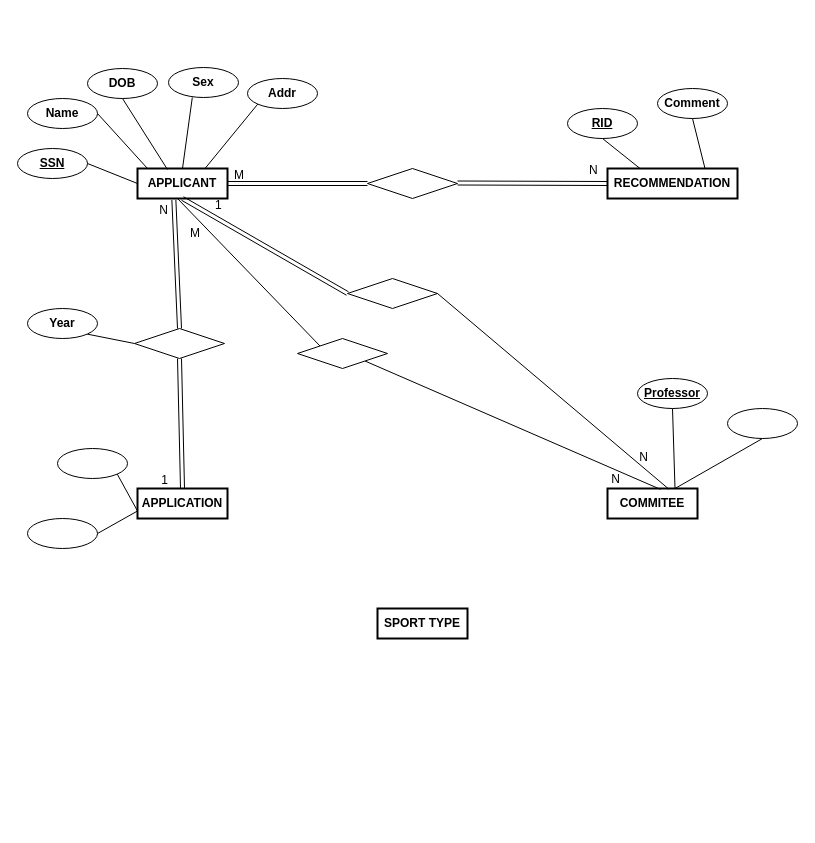
kieuvantuyen01/testGit keeps this draw.io diagram as Test1.drawio. Above is the earlier version. Source tidied: cells renumbered, new cells numbered last; positions are measured from the earlier drawing's top-left corner, leaving out a move shared by most shapes. Both pictures are drawn from the tidied source at 100%, with x=0, y=0 at pixel (17, 67).
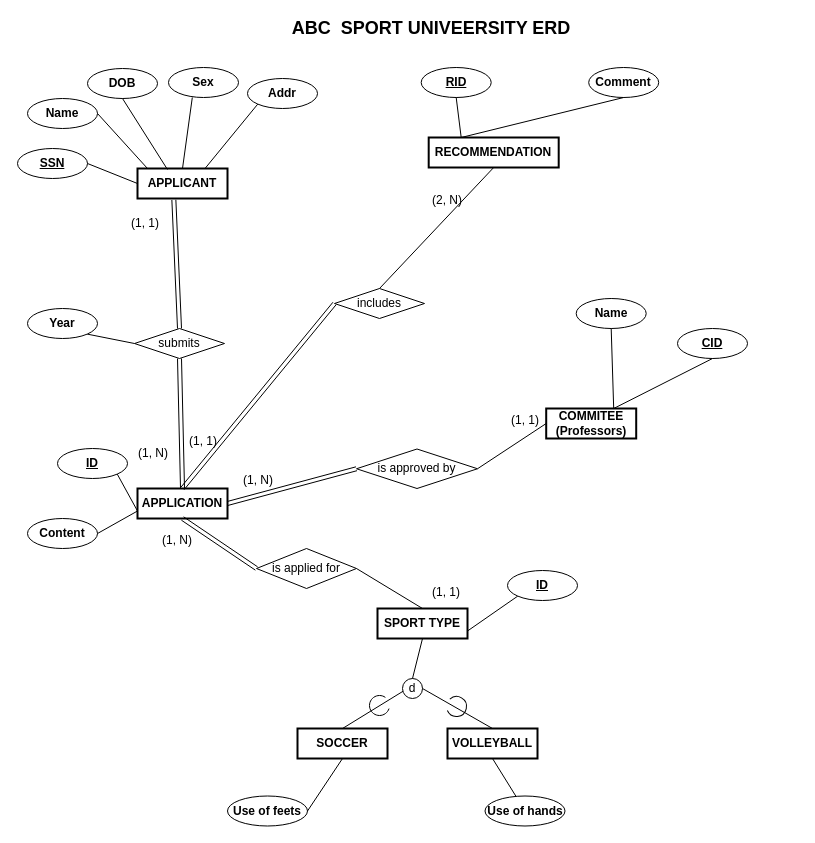
After the change.

Unchanged cells that the change refers to:
```xml
<mxCell id="2" value="APPLICANT" style="whiteSpace=wrap;html=1;align=center;fontStyle=1;strokeWidth=2;" parent="1" vertex="1">
  <mxGeometry x="120" y="101" width="90" height="30" as="geometry" />
</mxCell>
<mxCell id="3" value="APPLICATION" style="whiteSpace=wrap;html=1;align=center;fontStyle=1;strokeWidth=2;" parent="1" vertex="1">
  <mxGeometry x="120" y="421" width="90" height="30" as="geometry" />
</mxCell>
<mxCell id="36" style="shape=link;html=1;rounded=0;exitX=0.5;exitY=0;exitDx=0;exitDy=0;entryX=0.404;entryY=1.047;entryDx=0;entryDy=0;entryPerimeter=0;" parent="1" edge="1" source="35" target="2">
  <mxGeometry relative="1" as="geometry" />
</mxCell>
<mxCell id="46" style="shape=link;html=1;rounded=0;exitX=0.5;exitY=0;exitDx=0;exitDy=0;entryX=0.5;entryY=1;entryDx=0;entryDy=0;" parent="1" edge="1" source="3" target="35">
  <mxGeometry relative="1" as="geometry" />
</mxCell>
<mxCell id="48" value="SPORT TYPE" style="whiteSpace=wrap;html=1;align=center;fontStyle=1;strokeWidth=2;" parent="1" vertex="1">
  <mxGeometry x="360" y="541" width="90" height="30" as="geometry" />
</mxCell>
```

Diff of the diagram source:
```diff
@@
-    <mxCell id="4" value="COMMITEE" style="whiteSpace=wrap;html=1;align=center;fontStyle=1;strokeWidth=2;" parent="1" vertex="1">
-      <mxGeometry x="590" y="421" width="90" height="30" as="geometry" />
+    <mxCell id="4" value="COMMITEE&lt;br&gt;(&lt;span&gt;Professors)&lt;/span&gt;" style="whiteSpace=wrap;html=1;align=center;fontStyle=1;strokeWidth=2;" parent="1" vertex="1">
+      <mxGeometry x="528.7" y="341" width="90" height="30" as="geometry" />
     </mxCell>
     <mxCell id="5" value="RECOMMENDATION" style="whiteSpace=wrap;html=1;align=center;fontStyle=1;strokeWidth=2;" parent="1" vertex="1">
-      <mxGeometry x="590" y="101" width="130" height="30" as="geometry" />
+      <mxGeometry x="411.2" y="70" width="130" height="30" as="geometry" />
     </mxCell>
@@
     <mxCell id="10" value="RID" style="ellipse;whiteSpace=wrap;html=1;align=center;fontStyle=5;" parent="1" vertex="1">
-      <mxGeometry x="550" y="41" width="70" height="30" as="geometry" />
+      <mxGeometry x="403.7" width="70" height="30" as="geometry" />
     </mxCell>
     <mxCell id="11" value="Comment" style="ellipse;whiteSpace=wrap;html=1;align=center;fontStyle=1;" parent="1" vertex="1">
-      <mxGeometry x="640" y="21" width="70" height="30" as="geometry" />
+      <mxGeometry x="571.2" width="70" height="30" as="geometry" />
     </mxCell>
-    <mxCell id="12" value="Professor" style="ellipse;whiteSpace=wrap;html=1;align=center;fontStyle=5;" parent="1" vertex="1">
-      <mxGeometry x="620" y="311" width="70" height="30" as="geometry" />
+    <mxCell id="12" value="Name" style="ellipse;whiteSpace=wrap;html=1;align=center;fontStyle=1;" parent="1" vertex="1">
+      <mxGeometry x="558.7" y="231" width="70" height="30" as="geometry" />
     </mxCell>
-    <mxCell id="13" style="ellipse;whiteSpace=wrap;html=1;align=center;fontStyle=5;" parent="1" vertex="1">
-      <mxGeometry x="710" y="341" width="70" height="30" as="geometry" />
+    <mxCell id="13" value="CID" style="ellipse;whiteSpace=wrap;html=1;align=center;fontStyle=5;" parent="1" vertex="1">
+      <mxGeometry x="660" y="261" width="70" height="30" as="geometry" />
     </mxCell>
-    <mxCell id="14" style="ellipse;whiteSpace=wrap;html=1;align=center;fontStyle=5;" parent="1" vertex="1">
+    <mxCell id="14" value="ID" style="ellipse;whiteSpace=wrap;html=1;align=center;fontStyle=5;" parent="1" vertex="1">
       <mxGeometry x="40" y="381" width="70" height="30" as="geometry" />
     </mxCell>
-    <mxCell id="15" style="ellipse;whiteSpace=wrap;html=1;align=center;fontStyle=5;" parent="1" vertex="1">
+    <mxCell id="15" value="Content" style="ellipse;whiteSpace=wrap;html=1;align=center;fontStyle=1;" parent="1" vertex="1">
       <mxGeometry x="10" y="451" width="70" height="30" as="geometry" />
     </mxCell>
-    <mxCell id="16" style="shape=rhombus;perimeter=rhombusPerimeter;whiteSpace=wrap;html=1;align=center;" parent="1" vertex="1">
-      <mxGeometry x="350" y="101" width="90" height="30" as="geometry" />
+    <mxCell id="16" value="is applied for" style="shape=rhombus;perimeter=rhombusPerimeter;whiteSpace=wrap;html=1;align=center;" parent="1" vertex="1">
+      <mxGeometry x="239" y="481" width="100" height="40" as="geometry" />
     </mxCell>
-    <mxCell id="17" style="shape=rhombus;perimeter=rhombusPerimeter;whiteSpace=wrap;html=1;align=center;" parent="1" vertex="1">
-      <mxGeometry x="330" y="211" width="90" height="30" as="geometry" />
+    <mxCell id="17" value="includes" style="shape=rhombus;perimeter=rhombusPerimeter;whiteSpace=wrap;html=1;align=center;" parent="1" vertex="1">
+      <mxGeometry x="317" y="221" width="90" height="30" as="geometry" />
     </mxCell>
@@
-    <mxCell id="24" style="endArrow=none;html=1;rounded=0;exitX=0.5;exitY=1;exitDx=0;exitDy=0;entryX=0.75;entryY=0;entryDx=0;entryDy=0;" parent="1" edge="1" source="11" target="5">
+    <mxCell id="24" style="endArrow=none;html=1;rounded=0;exitX=0.5;exitY=1;exitDx=0;exitDy=0;entryX=0.25;entryY=0;entryDx=0;entryDy=0;" parent="1" edge="1" source="11" target="5">
       <mxGeometry relative="1" as="geometry" />
     </mxCell>
-    <mxCell id="25" style="shape=link;html=1;rounded=0;exitX=1;exitY=0.5;exitDx=0;exitDy=0;entryX=0;entryY=0.5;entryDx=0;entryDy=0;" parent="1" edge="1" source="2" target="16">
+    <mxCell id="25" style="shape=link;html=1;rounded=0;exitX=0.5;exitY=1;exitDx=0;exitDy=0;entryX=0;entryY=0.5;entryDx=0;entryDy=0;" parent="1" edge="1" source="3" target="16">
       <mxGeometry relative="1" as="geometry" />
     </mxCell>
-    <mxCell id="26" value="M" style="html=1;align=left;verticalAlign=bottom;" parent="25" vertex="1">
-      <mxGeometry x="-1" relative="1" as="geometry">
-        <mxPoint x="5" as="offset" />
-      </mxGeometry>
-    </mxCell>
-    <mxCell id="27" style="shape=link;html=1;rounded=0;exitX=0.5;exitY=1;exitDx=0;exitDy=0;entryX=0;entryY=0.5;entryDx=0;entryDy=0;" parent="1" edge="1" source="2" target="17">
+    <mxCell id="27" style="shape=link;html=1;rounded=0;exitX=0.5;exitY=0;exitDx=0;exitDy=0;entryX=0;entryY=0.5;entryDx=0;entryDy=0;" parent="1" edge="1" source="3" target="17">
       <mxGeometry relative="1" as="geometry" />
     </mxCell>
-    <mxCell id="28" value="1" style="html=1;align=left;verticalAlign=bottom;" parent="27" vertex="1">
-      <mxGeometry x="-1" relative="1" as="geometry">
-        <mxPoint x="31" y="15" as="offset" />
-      </mxGeometry>
-    </mxCell>
-    <mxCell id="29" style="endArrow=none;html=1;rounded=0;exitX=1;exitY=0.5;exitDx=0;exitDy=0;entryX=0.684;entryY=0.027;entryDx=0;entryDy=0;entryPerimeter=0;" parent="1" edge="1" source="17" target="4">
+    <mxCell id="29" style="endArrow=none;html=1;rounded=0;exitX=0.5;exitY=0;exitDx=0;exitDy=0;entryX=0.5;entryY=1;entryDx=0;entryDy=0;" parent="1" edge="1" source="17" target="5">
       <mxGeometry relative="1" as="geometry" />
     </mxCell>
-    <mxCell id="30" value="N" style="html=1;align=right;verticalAlign=bottom;" parent="29" vertex="1">
-      <mxGeometry x="1" relative="1" as="geometry">
-        <mxPoint x="-20.2" y="-23.2" as="offset" />
-      </mxGeometry>
-    </mxCell>
@@
-    <mxCell id="35" style="shape=rhombus;perimeter=rhombusPerimeter;whiteSpace=wrap;html=1;align=center;" parent="1" vertex="1">
+    <mxCell id="35" value="submits" style="shape=rhombus;perimeter=rhombusPerimeter;whiteSpace=wrap;html=1;align=center;" parent="1" vertex="1">
       <mxGeometry x="117" y="261" width="90" height="30" as="geometry" />
     </mxCell>
@@
-    <mxCell id="37" value="N" style="html=1;align=right;verticalAlign=bottom;" parent="36" vertex="1">
-      <mxGeometry x="1" relative="1" as="geometry">
-        <mxPoint x="-5.3" y="18.7" as="offset" />
-      </mxGeometry>
-    </mxCell>
-    <mxCell id="38" style="endArrow=none;html=1;rounded=0;entryX=0.587;entryY=0.027;entryDx=0;entryDy=0;exitX=1;exitY=1;exitDx=0;exitDy=0;entryPerimeter=0;" parent="1" edge="1" source="40" target="4">
+    <mxCell id="38" style="endArrow=none;html=1;rounded=0;entryX=0;entryY=0.5;entryDx=0;entryDy=0;exitX=1;exitY=0.5;exitDx=0;exitDy=0;" parent="1" edge="1" source="40" target="4">
       <mxGeometry relative="1" as="geometry" />
     </mxCell>
@@
-    <mxCell id="40" style="shape=rhombus;perimeter=rhombusPerimeter;whiteSpace=wrap;html=1;align=center;" parent="1" vertex="1">
-      <mxGeometry x="280" y="271" width="90" height="30" as="geometry" />
+    <mxCell id="40" value="is approved by" style="shape=rhombus;perimeter=rhombusPerimeter;whiteSpace=wrap;html=1;align=center;" parent="1" vertex="1">
+      <mxGeometry x="339" y="381.5" width="121" height="39.5" as="geometry" />
     </mxCell>
-    <mxCell id="41" style="endArrow=none;html=1;rounded=0;entryX=0;entryY=0;entryDx=0;entryDy=0;" parent="1" edge="1" target="40">
-      <mxGeometry relative="1" as="geometry">
-        <mxPoint x="160" y="131" as="sourcePoint" />
-      </mxGeometry>
-    </mxCell>
-    <mxCell id="42" value="M" style="html=1;align=right;verticalAlign=bottom;" parent="41" vertex="1">
-      <mxGeometry x="1" relative="1" as="geometry">
-        <mxPoint x="-119.4" y="-104.4" as="offset" />
-      </mxGeometry>
-    </mxCell>
-    <mxCell id="43" style="shape=link;html=1;rounded=0;exitX=1;exitY=0.5;exitDx=0;exitDy=0;entryX=0;entryY=0.5;entryDx=0;entryDy=0;" parent="1" edge="1" target="5">
-      <mxGeometry relative="1" as="geometry">
-        <mxPoint x="440" y="115.5" as="sourcePoint" />
-      </mxGeometry>
-    </mxCell>
-    <mxCell id="44" value="N" style="html=1;align=left;verticalAlign=bottom;" parent="43" vertex="1">
-      <mxGeometry x="-1" relative="1" as="geometry">
-        <mxPoint x="130" y="-4.5" as="offset" />
-      </mxGeometry>
-    </mxCell>
-    <mxCell id="45" value="N" style="html=1;align=right;verticalAlign=bottom;" parent="1" vertex="1">
-      <mxGeometry x="641.2" y="411.5" as="geometry">
-        <mxPoint x="-38" y="8" as="offset" />
-      </mxGeometry>
-    </mxCell>
@@
-    <mxCell id="47" value="1" style="html=1;align=right;verticalAlign=bottom;" parent="46" vertex="1">
-      <mxGeometry x="1" relative="1" as="geometry">
-        <mxPoint x="-11" y="130" as="offset" />
-      </mxGeometry>
-    </mxCell>
@@
+    <mxCell id="52" value="SOCCER" style="whiteSpace=wrap;html=1;align=center;fontStyle=1;strokeWidth=2;" parent="1" vertex="1">
+      <mxGeometry x="280" y="661" width="90" height="30" as="geometry" />
+    </mxCell>
+    <mxCell id="53" value="VOLLEYBALL" style="whiteSpace=wrap;html=1;align=center;fontStyle=1;strokeWidth=2;" parent="1" vertex="1">
+      <mxGeometry x="430" y="661" width="90" height="30" as="geometry" />
+    </mxCell>
+    <mxCell id="54" style="endArrow=none;html=1;rounded=0;entryX=0.5;entryY=0;entryDx=0;entryDy=0;" parent="1" edge="1" target="52">
+      <mxGeometry relative="1" as="geometry">
+        <mxPoint x="390" y="621" as="sourcePoint" />
+      </mxGeometry>
+    </mxCell>
+    <mxCell id="55" value="d" style="ellipse;whiteSpace=wrap;html=1;" parent="1" vertex="1">
+      <mxGeometry x="385" y="611" width="20" height="20" as="geometry" />
+    </mxCell>
+    <mxCell id="56" style="endArrow=none;html=1;rounded=0;entryX=0.5;entryY=0;entryDx=0;entryDy=0;exitX=1;exitY=0.5;exitDx=0;exitDy=0;" parent="1" edge="1" source="55" target="53">
+      <mxGeometry relative="1" as="geometry" />
+    </mxCell>
+    <mxCell id="57" style="endArrow=none;html=1;rounded=0;entryX=0.5;entryY=0;entryDx=0;entryDy=0;exitX=0.5;exitY=1;exitDx=0;exitDy=0;" parent="1" edge="1" source="48" target="55">
+      <mxGeometry relative="1" as="geometry" />
+    </mxCell>
+    <mxCell id="58" style="verticalLabelPosition=bottom;verticalAlign=top;html=1;shape=mxgraph.basic.arc;startAngle=0.3;endAngle=0.1;" parent="1" vertex="1">
+      <mxGeometry x="352" y="628" width="20" height="20" as="geometry" />
+    </mxCell>
+    <mxCell id="59" style="verticalLabelPosition=bottom;verticalAlign=top;html=1;shape=mxgraph.basic.arc;startAngle=0.3;endAngle=0.1;rotation=-150;" parent="1" vertex="1">
+      <mxGeometry x="429" y="629" width="20" height="20" as="geometry" />
+    </mxCell>
+    <mxCell id="60" style="endArrow=none;html=1;rounded=0;exitX=0;exitY=1;exitDx=0;exitDy=0;entryX=1;entryY=0.75;entryDx=0;entryDy=0;" parent="1" edge="1" source="61" target="48">
+      <mxGeometry relative="1" as="geometry" />
+    </mxCell>
+    <mxCell id="61" value="ID" style="ellipse;whiteSpace=wrap;html=1;align=center;fontStyle=5;" parent="1" vertex="1">
+      <mxGeometry x="490" y="503" width="70" height="30" as="geometry" />
+    </mxCell>
+    <mxCell id="62" style="endArrow=none;html=1;rounded=0;exitX=1;exitY=0.5;exitDx=0;exitDy=0;entryX=0.5;entryY=1;entryDx=0;entryDy=0;" parent="1" edge="1" source="63" target="52">
+      <mxGeometry relative="1" as="geometry" />
+    </mxCell>
+    <mxCell id="63" value="Use of feets" style="ellipse;whiteSpace=wrap;html=1;align=center;fontStyle=1;" parent="1" vertex="1">
+      <mxGeometry x="210" y="728.5" width="80" height="30" as="geometry" />
+    </mxCell>
+    <mxCell id="64" style="endArrow=none;html=1;rounded=0;entryX=0.5;entryY=1;entryDx=0;entryDy=0;" parent="1" edge="1" source="65" target="53">
+      <mxGeometry relative="1" as="geometry" />
+    </mxCell>
+    <mxCell id="65" value="Use of hands" style="ellipse;whiteSpace=wrap;html=1;align=center;fontStyle=1;" parent="1" vertex="1">
+      <mxGeometry x="467.5" y="728.5" width="80" height="30" as="geometry" />
+    </mxCell>
+    <mxCell id="66" value="ABC&amp;nbsp; SPORT UNIVEERSITY ERD" style="text;html=1;strokeColor=none;fillColor=none;align=center;verticalAlign=middle;whiteSpace=wrap;rounded=0;fontSize=18;fontStyle=1;" parent="1" vertex="1">
+      <mxGeometry x="239" y="-49" width="350" height="20" as="geometry" />
+    </mxCell>
+    <mxCell id="67" value="&lt;font style=&quot;font-size: 12px&quot;&gt;(1, N)&lt;/font&gt;" style="text;html=1;strokeColor=none;fillColor=none;align=center;verticalAlign=middle;whiteSpace=wrap;rounded=0;fontSize=18;" parent="1" vertex="1">
+      <mxGeometry x="116" y="374" width="40" height="20" as="geometry" />
+    </mxCell>
+    <mxCell id="68" value="&lt;font style=&quot;font-size: 12px&quot;&gt;(1, 1)&lt;/font&gt;" style="text;html=1;strokeColor=none;fillColor=none;align=center;verticalAlign=middle;whiteSpace=wrap;rounded=0;fontSize=18;" parent="1" vertex="1">
+      <mxGeometry x="108" y="144" width="40" height="20" as="geometry" />
+    </mxCell>
+    <mxCell id="69" value="&lt;font style=&quot;font-size: 12px&quot;&gt;(2, N)&lt;/font&gt;" style="text;html=1;strokeColor=none;fillColor=none;align=center;verticalAlign=middle;whiteSpace=wrap;rounded=0;fontSize=18;" parent="1" vertex="1">
+      <mxGeometry x="410" y="121" width="40" height="20" as="geometry" />
+    </mxCell>
+    <mxCell id="70" value="&lt;font style=&quot;font-size: 12px&quot;&gt;(1, 1)&lt;/font&gt;" style="text;html=1;strokeColor=none;fillColor=none;align=center;verticalAlign=middle;whiteSpace=wrap;rounded=0;fontSize=18;" parent="1" vertex="1">
+      <mxGeometry x="166" y="361.5" width="40" height="20" as="geometry" />
+    </mxCell>
+    <mxCell id="71" value="&lt;font style=&quot;font-size: 12px&quot;&gt;(1, 1)&lt;/font&gt;" style="text;html=1;strokeColor=none;fillColor=none;align=center;verticalAlign=middle;whiteSpace=wrap;rounded=0;fontSize=18;" parent="1" vertex="1">
+      <mxGeometry x="487.5" y="341" width="40" height="20" as="geometry" />
+    </mxCell>
+    <mxCell id="72" value="&lt;font style=&quot;font-size: 12px&quot;&gt;(1, N)&lt;/font&gt;" style="text;html=1;strokeColor=none;fillColor=none;align=center;verticalAlign=middle;whiteSpace=wrap;rounded=0;fontSize=18;" parent="1" vertex="1">
+      <mxGeometry x="221" y="401" width="40" height="20" as="geometry" />
+    </mxCell>
+    <mxCell id="73" value="&lt;font style=&quot;font-size: 12px&quot;&gt;(1, 1)&lt;/font&gt;" style="text;html=1;strokeColor=none;fillColor=none;align=center;verticalAlign=middle;whiteSpace=wrap;rounded=0;fontSize=18;" parent="1" vertex="1">
+      <mxGeometry x="409" y="513" width="40" height="20" as="geometry" />
+    </mxCell>
+    <mxCell id="74" value="&lt;font style=&quot;font-size: 12px&quot;&gt;(1, N)&lt;/font&gt;" style="text;html=1;strokeColor=none;fillColor=none;align=center;verticalAlign=middle;whiteSpace=wrap;rounded=0;fontSize=18;" parent="1" vertex="1">
+      <mxGeometry x="140" y="461" width="40" height="20" as="geometry" />
+    </mxCell>
+    <mxCell id="75" style="shape=link;html=1;rounded=0;exitX=1;exitY=0.5;exitDx=0;exitDy=0;entryX=0;entryY=0.5;entryDx=0;entryDy=0;" parent="1" edge="1" source="3" target="40">
+      <mxGeometry relative="1" as="geometry" />
+    </mxCell>
+    <mxCell id="76" style="endArrow=none;html=1;rounded=0;entryX=0.5;entryY=0;entryDx=0;entryDy=0;exitX=1;exitY=0.5;exitDx=0;exitDy=0;" parent="1" edge="1" source="16" target="48">
+      <mxGeometry relative="1" as="geometry" />
+    </mxCell>
```
